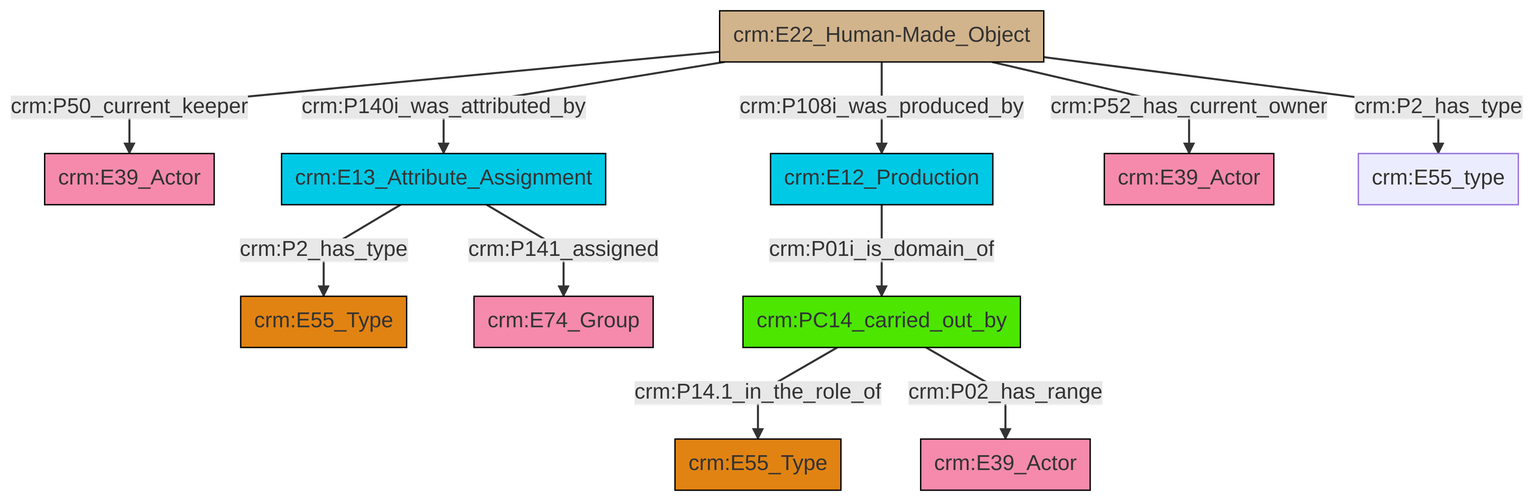
This is et/artworkCSV/ttl/mmd/png/Artwork_Actor_Relations.png from swiss-art-research-net/reference-data-models, a Mermaid export, as it was before one commit. Its source is kept beside it as et/artworkCSV/ttl/mmd/Artwork_Actor_Relations.ttl.mmd.
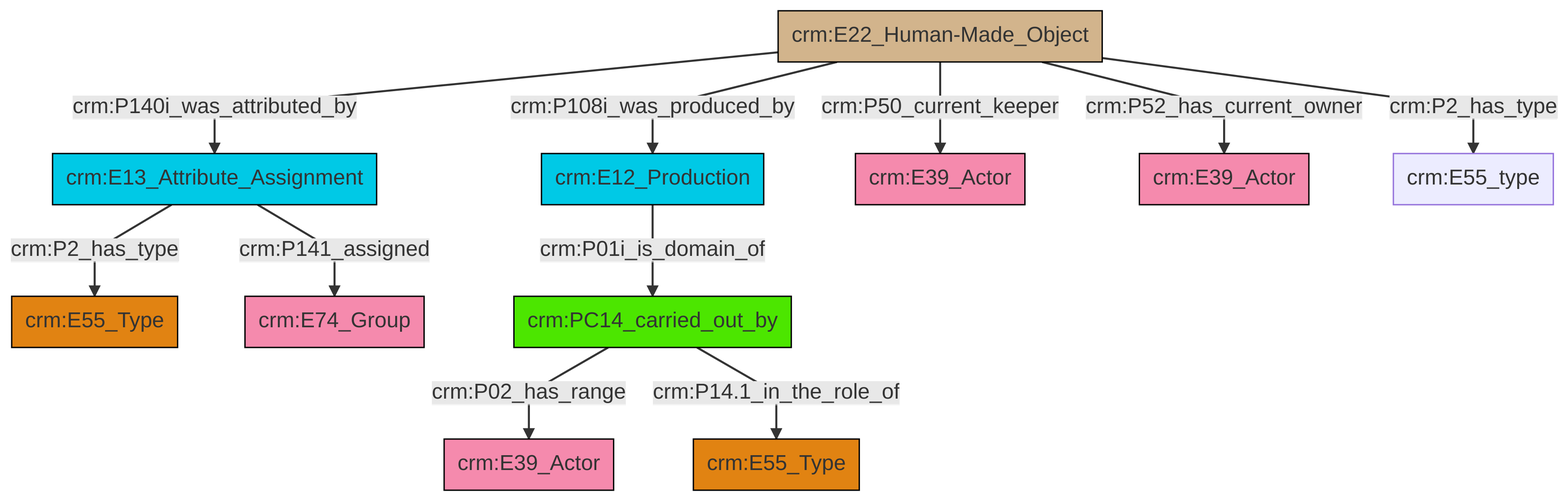
Above is the later version.

What changed in the source:
```diff
@@ -13,13 +13,13 @@
 classDef PC_Classes fill:#4ce600, stroke:#000000;
 classDef Multi fill:#cccccc,stroke:#000000;
 
-4["crm:E22_Human-Made_Object"]:::Physical_Thing -->|crm:P50_current_keeper| 0["crm:E39_Actor"]:::Actor
-2["crm:E13_Attribute_Assignment"]:::Temporal_Entity -->|crm:P2_has_type| 5["crm:E55_Type"]:::Type
-4["crm:E22_Human-Made_Object"]:::Physical_Thing -->|crm:P108i_was_produced_by| 7["crm:E12_Production"]:::Temporal_Entity
-13["crm:PC14_carried_out_by"]:::PC_Classes -->|crm:P14.1_in_the_role_of| 14["crm:E55_Type"]:::Type
-4["crm:E22_Human-Made_Object"]:::Physical_Thing -->|crm:P2_has_type| 18["crm:E55_type"]:::Default
-7["crm:E12_Production"]:::Temporal_Entity -->|crm:P01i_is_domain_of| 13["crm:PC14_carried_out_by"]:::PC_Classes
-13["crm:PC14_carried_out_by"]:::PC_Classes -->|crm:P02_has_range| 15["crm:E39_Actor"]:::Actor
-2["crm:E13_Attribute_Assignment"]:::Temporal_Entity -->|crm:P141_assigned| 10["crm:E74_Group"]:::Actor
-4["crm:E22_Human-Made_Object"]:::Physical_Thing -->|crm:P52_has_current_owner| 8["crm:E39_Actor"]:::Actor
-4["crm:E22_Human-Made_Object"]:::Physical_Thing -->|crm:P140i_was_attributed_by| 2["crm:E13_Attribute_Assignment"]:::Temporal_Entity
+6["crm:E22_Human-Made_Object"]:::Physical_Thing -->|crm:P140i_was_attributed_by| 7["crm:E13_Attribute_Assignment"]:::Temporal_Entity
+4["crm:PC14_carried_out_by"]:::PC_Classes -->|crm:P02_has_range| 15["crm:E39_Actor"]:::Actor
+6["crm:E22_Human-Made_Object"]:::Physical_Thing -->|crm:P108i_was_produced_by| 18["crm:E12_Production"]:::Temporal_Entity
+7["crm:E13_Attribute_Assignment"]:::Temporal_Entity -->|crm:P2_has_type| 0["crm:E55_Type"]:::Type
+6["crm:E22_Human-Made_Object"]:::Physical_Thing -->|crm:P50_current_keeper| 9["crm:E39_Actor"]:::Actor
+6["crm:E22_Human-Made_Object"]:::Physical_Thing -->|crm:P52_has_current_owner| 13["crm:E39_Actor"]:::Actor
+6["crm:E22_Human-Made_Object"]:::Physical_Thing -->|crm:P2_has_type| 20["crm:E55_type"]:::Default
+18["crm:E12_Production"]:::Temporal_Entity -->|crm:P01i_is_domain_of| 4["crm:PC14_carried_out_by"]:::PC_Classes
+7["crm:E13_Attribute_Assignment"]:::Temporal_Entity -->|crm:P141_assigned| 11["crm:E74_Group"]:::Actor
+4["crm:PC14_carried_out_by"]:::PC_Classes -->|crm:P14.1_in_the_role_of| 2["crm:E55_Type"]:::Type
```
